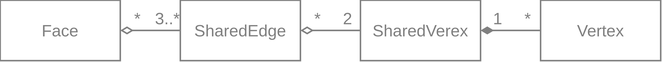
Above: wiki/MetaMeshGraph.svg in YoanWithY/kayo (draw.io), before the change. Source tidied: cells renumbered, new cells last; positions are measured from the earlier drawing's top-left corner, leaving out a move shared by most shapes.
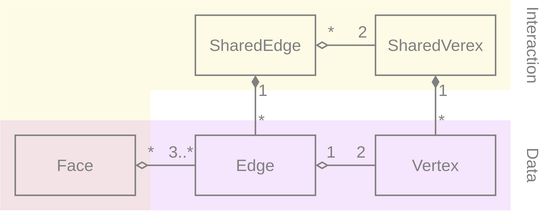
Above is the later version.

The edit, as a diff of the source:
```diff
@@ -2,21 +2,27 @@
   <root>
     <mxCell id="0" />
     <mxCell id="1" parent="0" />
+    <mxCell id="15" style="shape=corner;whiteSpace=wrap;html=1;labelBackgroundColor=none;fontFamily=Helvetica;fontSize=11;fontColor=#808080;dx=100;dy=60;strokeColor=none;fillColor=#E6D600;opacity=10;" parent="1" vertex="1">
+      <mxGeometry x="30" y="-10" width="340" height="140" as="geometry" />
+    </mxCell>
+    <mxCell id="16" style="rounded=0;whiteSpace=wrap;html=1;labelBackgroundColor=none;fontFamily=Helvetica;fontSize=11;fontColor=#808080;fillColor=#A100E6;opacity=10;strokeColor=none;" parent="1" vertex="1">
+      <mxGeometry x="30" y="70" width="340" height="60" as="geometry" />
+    </mxCell>
     <mxCell id="2" style="edgeStyle=orthogonalEdgeStyle;shape=connector;rounded=0;html=1;labelBackgroundColor=default;strokeColor=#808080;fontFamily=Helvetica;fontSize=11;fontColor=#808080;endArrow=none;endFill=0;startArrow=diamondThin;startFill=1;" parent="1" edge="1" source="5" target="10">
       <mxGeometry relative="1" as="geometry" />
     </mxCell>
-    <mxCell id="3" value="1" style="edgeLabel;align=center;verticalAlign=bottom;fontSize=11;fontFamily=Helvetica;fontColor=#808080;labelBackgroundColor=none;html=1;" parent="2" vertex="1">
+    <mxCell id="3" value="1" style="edgeLabel;align=left;verticalAlign=middle;fontSize=11;fontFamily=Helvetica;fontColor=#808080;labelBackgroundColor=none;html=1;" parent="2" vertex="1">
       <mxGeometry x="-0.68" relative="1" as="geometry">
-        <mxPoint x="4" as="offset" />
+        <mxPoint y="4" as="offset" />
       </mxGeometry>
     </mxCell>
-    <mxCell id="4" value="*" style="edgeLabel;align=center;verticalAlign=bottom;fontSize=11;fontFamily=Helvetica;fontColor=#808080;labelBackgroundColor=none;html=1;" parent="2" vertex="1">
+    <mxCell id="4" value="*" style="edgeLabel;align=left;verticalAlign=middle;fontSize=11;fontFamily=Helvetica;fontColor=#808080;labelBackgroundColor=none;html=1;" parent="2" vertex="1">
       <mxGeometry x="0.74" relative="1" as="geometry">
-        <mxPoint x="-5" as="offset" />
+        <mxPoint y="-5" as="offset" />
       </mxGeometry>
     </mxCell>
     <mxCell id="5" value="SharedVerex" style="rounded=0;whiteSpace=wrap;html=1;fillColor=none;strokeColor=#808080;fontColor=#808080;fontFamily=Helvetica;fontSize=11;" parent="1" vertex="1">
-      <mxGeometry x="240" width="80" height="40" as="geometry" />
+      <mxGeometry x="280" width="80" height="40" as="geometry" />
     </mxCell>
     <mxCell id="6" style="edgeStyle=orthogonalEdgeStyle;html=1;fontFamily=Helvetica;fontSize=11;fontColor=#808080;endArrow=none;endFill=0;rounded=0;strokeColor=#808080;startArrow=diamondThin;startFill=0;" parent="1" edge="1" source="9" target="5">
       <mxGeometry relative="1" as="geometry" />
@@ -31,27 +37,66 @@
         <mxPoint x="3" as="offset" />
       </mxGeometry>
     </mxCell>
+    <mxCell id="17" style="edgeStyle=orthogonalEdgeStyle;shape=connector;rounded=0;html=1;labelBackgroundColor=default;strokeColor=#808080;fontFamily=Helvetica;fontSize=11;fontColor=#808080;startArrow=diamondThin;startFill=1;endArrow=none;endFill=0;" parent="1" edge="1" source="9" target="23">
+      <mxGeometry relative="1" as="geometry" />
+    </mxCell>
+    <mxCell id="18" value="1" style="edgeLabel;html=1;align=left;verticalAlign=middle;fontSize=11;fontFamily=Helvetica;fontColor=#808080;labelBackgroundColor=none;" parent="17" vertex="1">
+      <mxGeometry x="-0.34" y="1" relative="1" as="geometry">
+        <mxPoint x="-1" y="-3" as="offset" />
+      </mxGeometry>
+    </mxCell>
+    <mxCell id="19" value="*" style="edgeLabel;html=1;align=left;verticalAlign=middle;fontSize=11;fontFamily=Helvetica;fontColor=#808080;labelBackgroundColor=none;" parent="17" vertex="1">
+      <mxGeometry x="0.63" y="1" relative="1" as="geometry">
+        <mxPoint x="-1" y="-3" as="offset" />
+      </mxGeometry>
+    </mxCell>
     <mxCell id="9" value="SharedEdge" style="rounded=0;whiteSpace=wrap;html=1;fillColor=none;strokeColor=#808080;fontColor=#808080;fontFamily=Helvetica;fontSize=11;" parent="1" vertex="1">
-      <mxGeometry x="120" width="80" height="40" as="geometry" />
+      <mxGeometry x="160" width="80" height="40" as="geometry" />
     </mxCell>
     <mxCell id="10" value="Vertex" style="rounded=0;whiteSpace=wrap;html=1;fillColor=none;strokeColor=#808080;fontColor=#808080;fontFamily=Helvetica;fontSize=11;" parent="1" vertex="1">
-      <mxGeometry x="360" width="80" height="40" as="geometry" />
+      <mxGeometry x="280" y="80" width="80" height="40" as="geometry" />
     </mxCell>
-    <mxCell id="11" style="edgeStyle=orthogonalEdgeStyle;shape=connector;rounded=0;html=1;labelBackgroundColor=default;strokeColor=#808080;fontFamily=Helvetica;fontSize=11;fontColor=#808080;startArrow=diamondThin;startFill=0;endArrow=none;endFill=0;" parent="1" edge="1" source="14" target="9">
-      <mxGeometry relative="1" as="geometry" />
-    </mxCell>
+    <mxCell id="14" value="Face" style="rounded=0;whiteSpace=wrap;html=1;fillColor=none;strokeColor=#808080;fontColor=#808080;fontFamily=Helvetica;fontSize=11;" parent="1" vertex="1">
+      <mxGeometry x="40" y="80" width="80" height="40" as="geometry" />
+    </mxCell>
+    <mxCell id="20" style="edgeStyle=orthogonalEdgeStyle;shape=connector;rounded=0;html=1;labelBackgroundColor=default;strokeColor=#808080;fontFamily=Helvetica;fontSize=11;fontColor=#808080;startArrow=diamondThin;startFill=0;endArrow=none;endFill=0;" parent="1" edge="1" source="23" target="10">
+      <mxGeometry relative="1" as="geometry" />
+    </mxCell>
+    <mxCell id="21" value="1" style="edgeLabel;html=1;align=center;verticalAlign=bottom;fontSize=11;fontFamily=Helvetica;fontColor=#808080;labelBackgroundColor=none;" parent="20" vertex="1">
+      <mxGeometry x="-0.67" relative="1" as="geometry">
+        <mxPoint x="3" as="offset" />
+      </mxGeometry>
+    </mxCell>
+    <mxCell id="22" value="2" style="edgeLabel;html=1;align=center;verticalAlign=bottom;fontSize=11;fontFamily=Helvetica;fontColor=#808080;labelBackgroundColor=none;" parent="20" vertex="1">
+      <mxGeometry x="0.7" y="-1" relative="1" as="geometry">
+        <mxPoint x="-4" y="-1" as="offset" />
+      </mxGeometry>
+    </mxCell>
+    <mxCell id="23" value="Edge" style="rounded=0;whiteSpace=wrap;html=1;fillColor=none;strokeColor=#808080;fontColor=#808080;fontFamily=Helvetica;fontSize=11;" parent="1" vertex="1">
+      <mxGeometry x="160" y="80" width="80" height="40" as="geometry" />
+    </mxCell>
+    <mxCell id="24" style="edgeStyle=orthogonalEdgeStyle;shape=connector;rounded=0;html=1;labelBackgroundColor=default;strokeColor=#808080;fontFamily=Helvetica;fontSize=11;fontColor=#808080;startArrow=diamondThin;startFill=0;endArrow=none;endFill=0;" parent="1" edge="1" source="14" target="23">
+      <mxGeometry relative="1" as="geometry">
+        <Array as="points">
+          <mxPoint x="80" y="100" />
+        </Array>
+      </mxGeometry>
+    </mxCell>
-    <mxCell id="12" value="3..*" style="edgeLabel;align=center;verticalAlign=bottom;fontSize=11;fontFamily=Helvetica;fontColor=#808080;labelBackgroundColor=none;spacing=2;spacingTop=0;spacingLeft=0;spacingRight=0;html=1;" parent="11" vertex="1">
+    <mxCell id="12" value="3..*" style="edgeLabel;align=center;verticalAlign=bottom;fontSize=11;fontFamily=Helvetica;fontColor=#808080;labelBackgroundColor=none;spacing=2;spacingTop=0;spacingLeft=0;spacingRight=0;html=1;" parent="24" vertex="1">
       <mxGeometry x="0.71" relative="1" as="geometry">
         <mxPoint x="-4" as="offset" />
       </mxGeometry>
     </mxCell>
-    <mxCell id="13" value="*" style="edgeLabel;html=1;align=center;verticalAlign=bottom;fontSize=11;fontFamily=Helvetica;fontColor=#808080;labelBackgroundColor=none;" parent="11" vertex="1">
+    <mxCell id="13" value="*" style="edgeLabel;html=1;align=center;verticalAlign=bottom;fontSize=11;fontFamily=Helvetica;fontColor=#808080;labelBackgroundColor=none;" parent="24" vertex="1">
       <mxGeometry x="-0.41" y="-1" relative="1" as="geometry">
         <mxPoint x="-2" y="-1" as="offset" />
       </mxGeometry>
     </mxCell>
-    <mxCell id="14" value="Face" style="rounded=0;whiteSpace=wrap;html=1;fillColor=none;strokeColor=#808080;fontColor=#808080;fontFamily=Helvetica;fontSize=11;" parent="1" vertex="1">
-      <mxGeometry width="80" height="40" as="geometry" />
-    </mxCell>
+    <mxCell id="25" value="Interaction" style="text;html=1;strokeColor=none;fillColor=none;align=center;verticalAlign=middle;whiteSpace=wrap;rounded=0;labelBackgroundColor=none;fontFamily=Helvetica;fontSize=11;fontColor=#808080;opacity=10;horizontal=0;rotation=-180;" parent="1" vertex="1">
+      <mxGeometry x="370" y="-10" width="30" height="60" as="geometry" />
+    </mxCell>
+    <mxCell id="26" value="Data" style="text;html=1;strokeColor=none;fillColor=none;align=center;verticalAlign=middle;whiteSpace=wrap;rounded=0;labelBackgroundColor=none;fontFamily=Helvetica;fontSize=11;fontColor=#808080;opacity=10;horizontal=0;rotation=-180;" parent="1" vertex="1">
+      <mxGeometry x="370" y="70" width="30" height="60" as="geometry" />
+    </mxCell>
   </root>
 </mxGraphModel>
```
